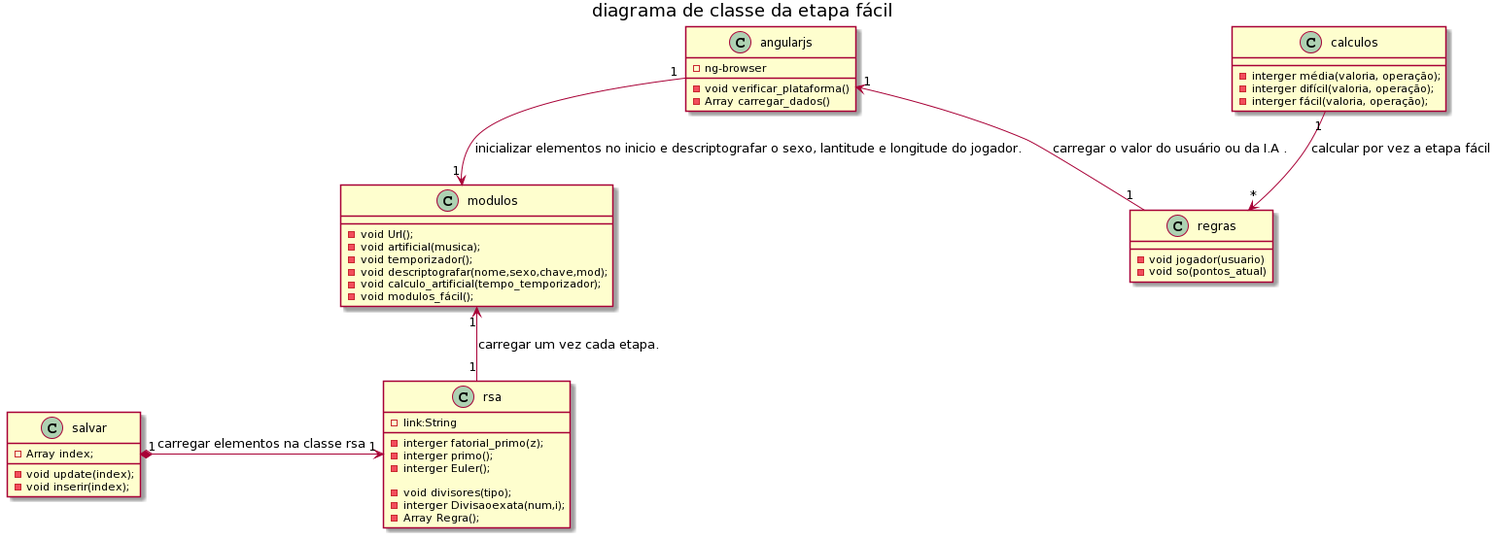
Before: imagens/diagrama de classe da etapa fácil.png, a diagram exported from PlantUML (guimaraesprogramador/Desafio).
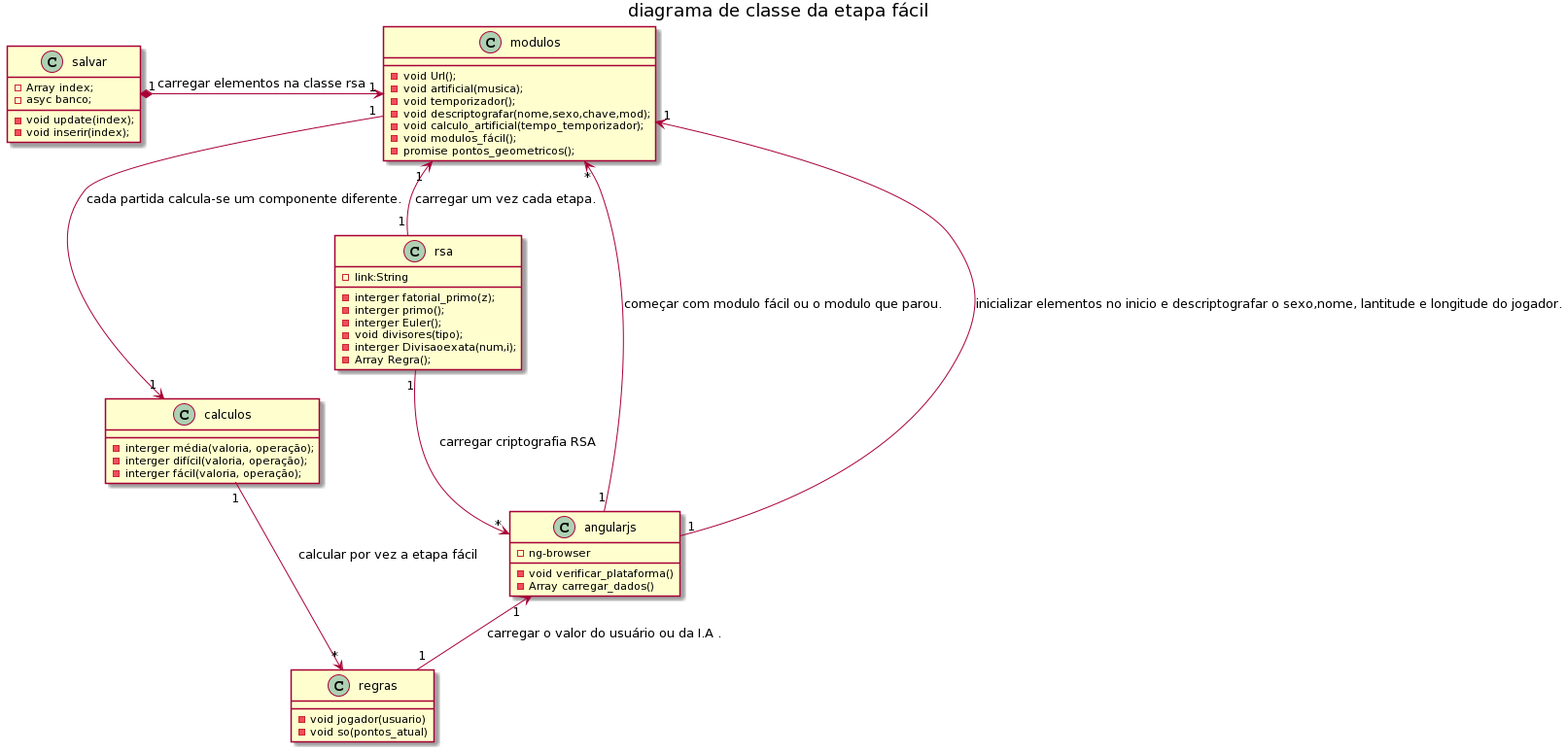
The same file after the commit.

Diff of the diagram source:
```diff
@@ -13,13 +13,13 @@
 -void descriptografar(nome,sexo,chave,mod);
 - void calculo_artificial(tempo_temporizador);
  - void modulos_fácil();
+- promise pontos_geometricos();
 }
 Class "rsa"{
  -link:String
  -interger fatorial_primo(z);
 -interger primo();
 -interger Euler();
-
 -void divisores(tipo);
 - interger Divisaoexata(num,i);
  - Array Regra();
@@ -36,13 +36,16 @@
 }
 class salvar{
 - Array index;
+- asyc banco;
 -void update(index);
 - void inserir(index);
 }
-
+rsa "1" -->  "*" angularjs: carregar criptografia RSA
+angularjs "1" --> "*" "modulos": começar com modulo fácil ou o modulo que parou.
+modulos "1" --> "1" calculos: cada partida calcula-se um componente diferente.
 calculos"1" --> "*" regras: calcular por vez a etapa fácil
-angularjs "1" -->"1" modulos: inicializar elementos no inicio e descriptografar o sexo, lantitude e longitude do jogador.
+angularjs "1" -->"1" modulos: inicializar elementos no inicio e descriptografar o sexo,nome, lantitude e longitude do jogador.
 angularjs "1" <--"1" regras: carregar o valor do usuário ou da I.A .
 modulos "1" <-- "1" rsa: carregar um vez cada etapa.
-salvar "1" *-> "1" rsa: carregar elementos na classe rsa
+salvar "1" *-> "1" modulos: carregar elementos na classe rsa
 @enduml
```
